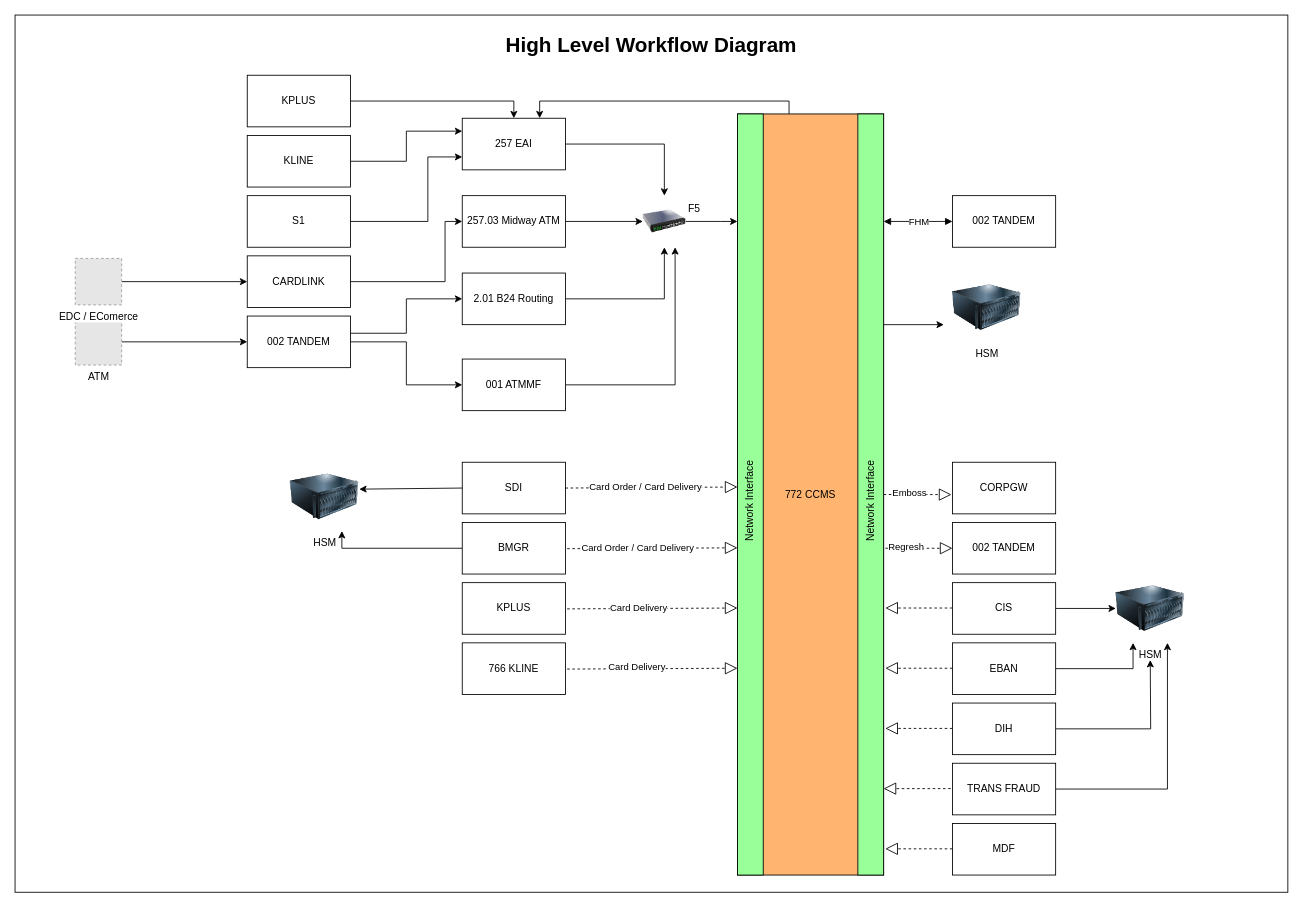
Before: page "High Level Diagram" (2 of 7) of CCMS_Diagram.drawio in chawaratr/drawio, a draw.io diagram. Source tidied: cells renumbered, new cells numbered last; positions are measured from the earlier drawing's top-left corner, leaving out a move shared by most shapes. Both pictures are drawn from the tidied source at 86%, with x=0, y=0 at pixel (15, 15). Pictures stored in the file or linked from it are replaced by grey dashed boxes.
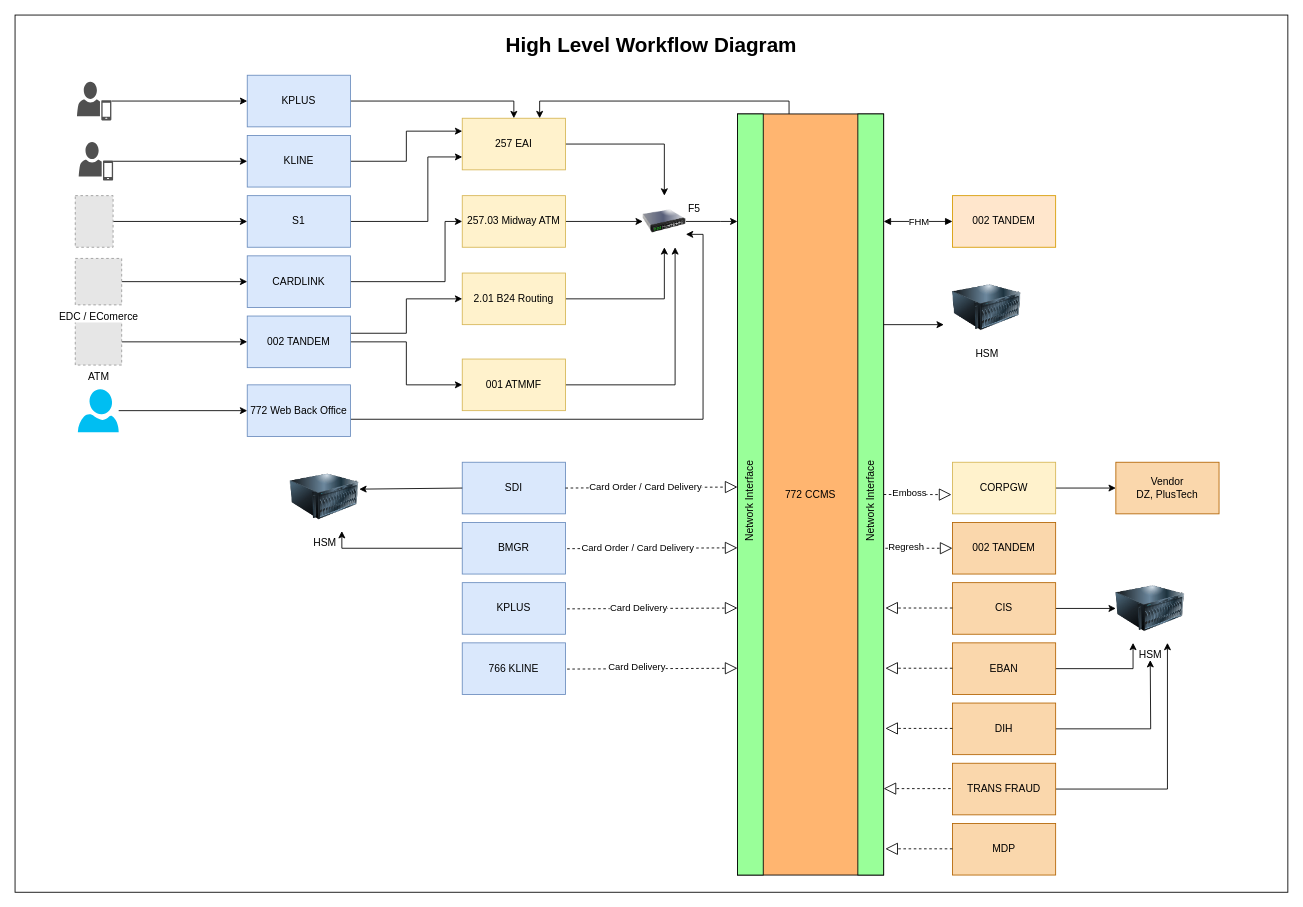
The same page after the edit.

Unchanged cells that the change refers to:
```xml
<mxCell id="6" style="image;html=1;image=img/lib/clip_art/networking/Switch_128x128.png;" parent="1" vertex="1">
  <mxGeometry x="730" y="210" width="50" height="60" as="geometry" />
</mxCell>
```

Diff of the diagram source:
```diff
@@
-    <mxCell id="8" value="257 EAI" style="rounded=0;whiteSpace=wrap;html=1;" parent="1" vertex="1">
+    <mxCell id="8" value="257 EAI" style="rounded=0;whiteSpace=wrap;html=1;fillColor=#fff2cc;strokeColor=#d6b656;" parent="1" vertex="1">
       <mxGeometry x="520" y="120" width="120" height="60" as="geometry" />
     </mxCell>
@@
-    <mxCell id="10" value="257.03 Midway ATM" style="rounded=0;whiteSpace=wrap;html=1;" parent="1" vertex="1">
+    <mxCell id="10" value="257.03 Midway ATM" style="rounded=0;whiteSpace=wrap;html=1;fillColor=#fff2cc;strokeColor=#d6b656;" parent="1" vertex="1">
       <mxGeometry x="520" y="210" width="120" height="60" as="geometry" />
     </mxCell>
@@
-    <mxCell id="12" value="&lt;span dir=&quot;ltr&quot; class=&quot;ui-provider a b c d e f g h i j k l m n o p q r s t u v w x y z ab ac ae af ag ah ai aj ak&quot;&gt;2.01&amp;nbsp;&lt;/span&gt;B24 Routing" style="rounded=0;whiteSpace=wrap;html=1;" parent="1" vertex="1">
+    <mxCell id="12" value="&lt;span dir=&quot;ltr&quot; class=&quot;ui-provider a b c d e f g h i j k l m n o p q r s t u v w x y z ab ac ae af ag ah ai aj ak&quot;&gt;2.01&amp;nbsp;&lt;/span&gt;B24 Routing" style="rounded=0;whiteSpace=wrap;html=1;fillColor=#fff2cc;strokeColor=#d6b656;" parent="1" vertex="1">
       <mxGeometry x="520" y="300" width="120" height="60" as="geometry" />
     </mxCell>
@@
-    <mxCell id="14" value="001 ATMMF" style="rounded=0;whiteSpace=wrap;html=1;" parent="1" vertex="1">
+    <mxCell id="14" value="001 ATMMF" style="rounded=0;whiteSpace=wrap;html=1;fillColor=#fff2cc;strokeColor=#d6b656;" parent="1" vertex="1">
       <mxGeometry x="520" y="400" width="120" height="60" as="geometry" />
     </mxCell>
@@
-    <mxCell id="16" value="KPLUS" style="rounded=0;whiteSpace=wrap;html=1;" parent="1" vertex="1">
+    <mxCell id="16" value="KPLUS" style="rounded=0;whiteSpace=wrap;html=1;fillColor=#dae8fc;strokeColor=#6c8ebf;" parent="1" vertex="1">
       <mxGeometry x="270" y="70" width="120" height="60" as="geometry" />
     </mxCell>
@@
-    <mxCell id="18" value="KLINE" style="rounded=0;whiteSpace=wrap;html=1;" parent="1" vertex="1">
+    <mxCell id="18" value="KLINE" style="rounded=0;whiteSpace=wrap;html=1;fillColor=#dae8fc;strokeColor=#6c8ebf;" parent="1" vertex="1">
       <mxGeometry x="270" y="140" width="120" height="60" as="geometry" />
     </mxCell>
@@
-    <mxCell id="20" value="S1" style="rounded=0;whiteSpace=wrap;html=1;" parent="1" vertex="1">
+    <mxCell id="20" value="S1" style="rounded=0;whiteSpace=wrap;html=1;fillColor=#dae8fc;strokeColor=#6c8ebf;" parent="1" vertex="1">
       <mxGeometry x="270" y="210" width="120" height="60" as="geometry" />
     </mxCell>
@@
-    <mxCell id="22" value="CARDLINK" style="rounded=0;whiteSpace=wrap;html=1;" parent="1" vertex="1">
+    <mxCell id="22" value="CARDLINK" style="rounded=0;whiteSpace=wrap;html=1;fillColor=#dae8fc;strokeColor=#6c8ebf;" parent="1" vertex="1">
       <mxGeometry x="270" y="280" width="120" height="60" as="geometry" />
     </mxCell>
@@
-    <mxCell id="25" value="002 TANDEM" style="rounded=0;whiteSpace=wrap;html=1;" parent="1" vertex="1">
+    <mxCell id="25" value="002 TANDEM" style="rounded=0;whiteSpace=wrap;html=1;fillColor=#dae8fc;strokeColor=#6c8ebf;" parent="1" vertex="1">
       <mxGeometry x="270" y="350" width="120" height="60" as="geometry" />
     </mxCell>
-    <mxCell id="26" value="SDI" style="rounded=0;whiteSpace=wrap;html=1;" parent="1" vertex="1">
+    <mxCell id="26" value="SDI" style="rounded=0;whiteSpace=wrap;html=1;fillColor=#dae8fc;strokeColor=#6c8ebf;" parent="1" vertex="1">
       <mxGeometry x="520" y="520" width="120" height="60" as="geometry" />
     </mxCell>
@@
-    <mxCell id="28" value="BMGR" style="rounded=0;whiteSpace=wrap;html=1;" parent="1" vertex="1">
+    <mxCell id="28" value="BMGR" style="rounded=0;whiteSpace=wrap;html=1;fillColor=#dae8fc;strokeColor=#6c8ebf;" parent="1" vertex="1">
       <mxGeometry x="520" y="590" width="120" height="60" as="geometry" />
     </mxCell>
-    <mxCell id="29" value="KPLUS" style="rounded=0;whiteSpace=wrap;html=1;" parent="1" vertex="1">
+    <mxCell id="29" value="KPLUS" style="rounded=0;whiteSpace=wrap;html=1;fillColor=#dae8fc;strokeColor=#6c8ebf;" parent="1" vertex="1">
       <mxGeometry x="520" y="660" width="120" height="60" as="geometry" />
     </mxCell>
-    <mxCell id="30" value="766 KLINE" style="rounded=0;whiteSpace=wrap;html=1;" parent="1" vertex="1">
+    <mxCell id="30" value="766 KLINE" style="rounded=0;whiteSpace=wrap;html=1;fillColor=#dae8fc;strokeColor=#6c8ebf;" parent="1" vertex="1">
       <mxGeometry x="520" y="730" width="120" height="60" as="geometry" />
     </mxCell>
@@
+    <mxCell id="77" style="edgeStyle=orthogonalEdgeStyle;rounded=0;jettySize=auto;html=1;" parent="1" edge="1" source="39" target="88">
+      <mxGeometry relative="1" as="geometry" />
+    </mxCell>
-    <mxCell id="39" value="CORPGW" style="rounded=0;whiteSpace=wrap;html=1;" parent="1" vertex="1">
+    <mxCell id="39" value="CORPGW" style="rounded=0;whiteSpace=wrap;html=1;fillColor=#fff2cc;strokeColor=#d6b656;" parent="1" vertex="1">
       <mxGeometry x="1090" y="520" width="120" height="60" as="geometry" />
     </mxCell>
-    <mxCell id="40" value="002 TANDEM" style="rounded=0;whiteSpace=wrap;html=1;" parent="1" vertex="1">
+    <mxCell id="40" value="002 TANDEM" style="rounded=0;whiteSpace=wrap;html=1;fillColor=#fad7ac;strokeColor=#b46504;" parent="1" vertex="1">
       <mxGeometry x="1090" y="590" width="120" height="60" as="geometry" />
     </mxCell>
@@
-    <mxCell id="42" value="CIS" style="rounded=0;whiteSpace=wrap;html=1;" parent="1" vertex="1">
+    <mxCell id="42" value="CIS" style="rounded=0;whiteSpace=wrap;html=1;fillColor=#fad7ac;strokeColor=#b46504;" parent="1" vertex="1">
       <mxGeometry x="1090" y="660" width="120" height="60" as="geometry" />
     </mxCell>
@@
-    <mxCell id="44" value="EBAN" style="rounded=0;whiteSpace=wrap;html=1;" parent="1" vertex="1">
+    <mxCell id="44" value="EBAN" style="rounded=0;whiteSpace=wrap;html=1;fillColor=#fad7ac;strokeColor=#b46504;" parent="1" vertex="1">
       <mxGeometry x="1090" y="730" width="120" height="60" as="geometry" />
     </mxCell>
@@
-    <mxCell id="46" value="DIH" style="rounded=0;whiteSpace=wrap;html=1;" parent="1" vertex="1">
+    <mxCell id="46" value="DIH" style="rounded=0;whiteSpace=wrap;html=1;fillColor=#fad7ac;strokeColor=#b46504;" parent="1" vertex="1">
       <mxGeometry x="1090" y="800" width="120" height="60" as="geometry" />
     </mxCell>
@@
-    <mxCell id="48" value="TRANS FRAUD" style="rounded=0;whiteSpace=wrap;html=1;" parent="1" vertex="1">
+    <mxCell id="48" value="TRANS FRAUD" style="rounded=0;whiteSpace=wrap;html=1;fillColor=#fad7ac;strokeColor=#b46504;" parent="1" vertex="1">
       <mxGeometry x="1090" y="870" width="120" height="60" as="geometry" />
     </mxCell>
-    <mxCell id="49" value="MDF" style="rounded=0;whiteSpace=wrap;html=1;" parent="1" vertex="1">
+    <mxCell id="49" value="MDP" style="rounded=0;whiteSpace=wrap;html=1;fillColor=#fad7ac;strokeColor=#b46504;" parent="1" vertex="1">
       <mxGeometry x="1090" y="940" width="120" height="60" as="geometry" />
     </mxCell>
@@
-    <mxCell id="59" value="002 TANDEM" style="rounded=0;whiteSpace=wrap;html=1;" parent="1" vertex="1">
+    <mxCell id="59" value="002 TANDEM" style="rounded=0;whiteSpace=wrap;html=1;fillColor=#ffe6cc;strokeColor=#d79b00;" parent="1" vertex="1">
       <mxGeometry x="1090" y="210" width="120" height="60" as="geometry" />
     </mxCell>
@@
+    <mxCell id="78" style="edgeStyle=orthogonalEdgeStyle;rounded=0;jettySize=auto;html=1;" parent="1" edge="1" source="79" target="20">
+      <mxGeometry relative="1" as="geometry" />
+    </mxCell>
+    <mxCell id="79" style="fillColor=#E6E6E6;strokeColor=#999999;dashed=1;verticalLabelPosition=bottom;labelBackgroundColor=default;verticalAlign=top;" parent="1" vertex="1">
+      <mxGeometry x="70" y="210" width="44" height="60" as="geometry" />
+    </mxCell>
+    <mxCell id="80" style="edgeStyle=orthogonalEdgeStyle;rounded=0;jettySize=auto;html=1;entryX=1;entryY=0.75;entryDx=0;entryDy=0;" parent="1" edge="1" source="81" target="6">
+      <mxGeometry relative="1" as="geometry">
+        <Array as="points">
+          <mxPoint x="800" y="470" />
+          <mxPoint x="800" y="255" />
+        </Array>
+      </mxGeometry>
+    </mxCell>
+    <mxCell id="81" value="772 Web Back Office" style="rounded=0;whiteSpace=wrap;html=1;fillColor=#dae8fc;strokeColor=#6c8ebf;" parent="1" vertex="1">
+      <mxGeometry x="270" y="430" width="120" height="60" as="geometry" />
+    </mxCell>
+    <mxCell id="82" style="edgeStyle=orthogonalEdgeStyle;rounded=0;jettySize=auto;html=1;entryX=0;entryY=0.5;entryDx=0;entryDy=0;" parent="1" edge="1" source="83" target="81">
+      <mxGeometry relative="1" as="geometry" />
+    </mxCell>
+    <mxCell id="83" style="verticalLabelPosition=bottom;html=1;verticalAlign=top;align=center;strokeColor=none;fillColor=#00BEF2;shape=mxgraph.azure.user;" parent="1" vertex="1">
+      <mxGeometry x="73" y="435" width="47.5" height="50" as="geometry" />
+    </mxCell>
+    <mxCell id="84" style="edgeStyle=orthogonalEdgeStyle;rounded=0;jettySize=auto;html=1;entryX=0;entryY=0.5;entryDx=0;entryDy=0;" parent="1" edge="1" source="85" target="16">
+      <mxGeometry relative="1" as="geometry" />
+    </mxCell>
+    <mxCell id="85" style="sketch=0;shadow=0;dashed=0;html=1;strokeColor=none;fillColor=#505050;labelPosition=center;verticalLabelPosition=bottom;verticalAlign=top;outlineConnect=0;align=center;shape=mxgraph.office.users.mobile_user;" parent="1" vertex="1">
+      <mxGeometry x="72" y="77.5" width="40" height="45" as="geometry" />
+    </mxCell>
+    <mxCell id="86" style="edgeStyle=orthogonalEdgeStyle;rounded=0;jettySize=auto;html=1;" parent="1" edge="1" source="87" target="18">
+      <mxGeometry relative="1" as="geometry" />
+    </mxCell>
+    <mxCell id="87" style="sketch=0;shadow=0;dashed=0;html=1;strokeColor=none;fillColor=#505050;labelPosition=center;verticalLabelPosition=bottom;verticalAlign=top;outlineConnect=0;align=center;shape=mxgraph.office.users.mobile_user;" parent="1" vertex="1">
+      <mxGeometry x="74" y="147.5" width="40" height="45" as="geometry" />
+    </mxCell>
+    <mxCell id="88" value="Vendor&lt;div&gt;DZ, PlusTech&lt;/div&gt;" style="rounded=0;whiteSpace=wrap;html=1;fillColor=#fad7ac;strokeColor=#b46504;" parent="1" vertex="1">
+      <mxGeometry x="1280" y="520" width="120" height="60" as="geometry" />
+    </mxCell>
```
